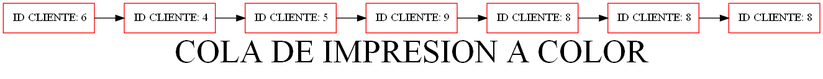
Above: colacolor.png in hugosmhd/EDD_UDRAWING_202002793 (Graphviz), before the change. Its source is kept beside it as colacolor.dot. The source it was exported from:
```dot
digraph G {
node[shape=box, color=red];
label="COLA DE IMPRESION A COLOR";
fontsize = 40;
nodo990368553[label=" ID CLIENTE: 6"]
nodo1096979270[label=" ID CLIENTE: 4"]
nodo1078694789[label=" ID CLIENTE: 5"]
nodo1831932724[label=" ID CLIENTE: 9"]
nodo1747585824[label=" ID CLIENTE: 8"]
nodo1023892928[label=" ID CLIENTE: 8"]
nodo558638686[label=" ID CLIENTE: 8"]
nodo990368553 -> nodo1096979270;
nodo1096979270 -> nodo1078694789;
nodo1078694789 -> nodo1831932724;
nodo1831932724 -> nodo1747585824;
nodo1747585824 -> nodo1023892928;
nodo1023892928 -> nodo558638686;
rankdir=LR;
}
```
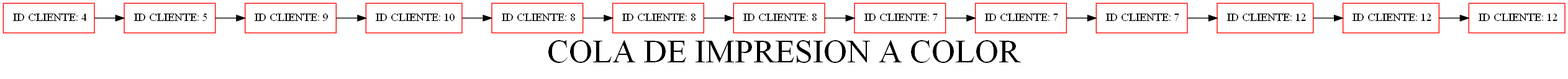
The same diagram one commit later.

The edit, as a diff of the source:
```diff
@@ -2,18 +2,30 @@
 node[shape=box, color=red];
 label="COLA DE IMPRESION A COLOR";
 fontsize = 40;
-nodo990368553[label=" ID CLIENTE: 6"]
-nodo1096979270[label=" ID CLIENTE: 4"]
-nodo1078694789[label=" ID CLIENTE: 5"]
-nodo1831932724[label=" ID CLIENTE: 9"]
-nodo1747585824[label=" ID CLIENTE: 8"]
-nodo1023892928[label=" ID CLIENTE: 8"]
-nodo558638686[label=" ID CLIENTE: 8"]
-nodo990368553 -> nodo1096979270;
-nodo1096979270 -> nodo1078694789;
-nodo1078694789 -> nodo1831932724;
-nodo1831932724 -> nodo1747585824;
-nodo1747585824 -> nodo1023892928;
-nodo1023892928 -> nodo558638686;
+nodo284720968[label=" ID CLIENTE: 4"]
+nodo189568618[label=" ID CLIENTE: 5"]
+nodo793589513[label=" ID CLIENTE: 9"]
+nodo1313922862[label=" ID CLIENTE: 10"]
+nodo495053715[label=" ID CLIENTE: 8"]
+nodo1922154895[label=" ID CLIENTE: 8"]
+nodo883049899[label=" ID CLIENTE: 8"]
+nodo2093176254[label=" ID CLIENTE: 7"]
+nodo1854731462[label=" ID CLIENTE: 7"]
+nodo317574433[label=" ID CLIENTE: 7"]
+nodo885284298[label=" ID CLIENTE: 12"]
+nodo1389133897[label=" ID CLIENTE: 12"]
+nodo1534030866[label=" ID CLIENTE: 12"]
+nodo284720968 -> nodo189568618;
+nodo189568618 -> nodo793589513;
+nodo793589513 -> nodo1313922862;
+nodo1313922862 -> nodo495053715;
+nodo495053715 -> nodo1922154895;
+nodo1922154895 -> nodo883049899;
+nodo883049899 -> nodo2093176254;
+nodo2093176254 -> nodo1854731462;
+nodo1854731462 -> nodo317574433;
+nodo317574433 -> nodo885284298;
+nodo885284298 -> nodo1389133897;
+nodo1389133897 -> nodo1534030866;
 rankdir=LR;
 }
```
